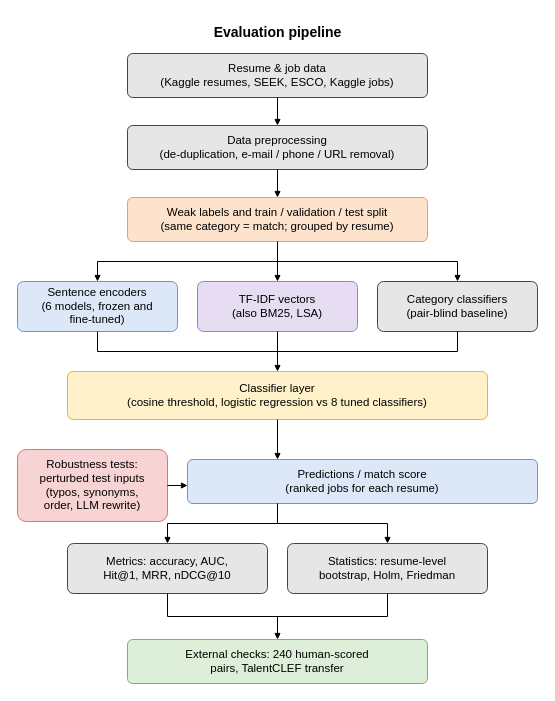
Before: figures/Fig_evaluation_pipeline.drawio in fatimameerab-gif/resume-job-matching-sbert-vs-tfidf, a draw.io diagram. Source tidied: cells renumbered, new cells numbered last; positions are measured from the earlier drawing's top-left corner, leaving out a move shared by most shapes. Both pictures are drawn from the tidied source at 100%, with x=0, y=0 at pixel (17, 17).
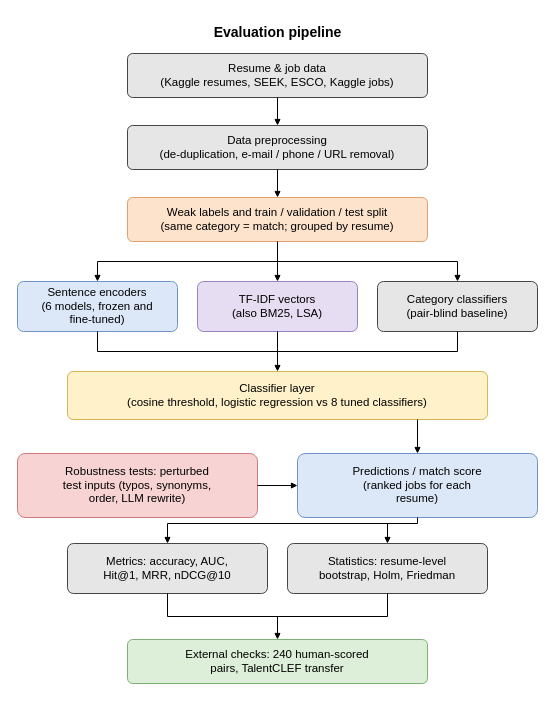
After the change.

Commit message (it also covers changes not shown here):
Update evaluation pipeline figure and gitignore

What changed in the source:
```diff
@@
-    <mxCell id="10" value="Predictions / match score&lt;br&gt;(ranked jobs for each resume)" style="rounded=1;arcSize=12;whiteSpace=wrap;html=1;fillColor=#DCE8F8;strokeColor=#6F93C8;fontSize=11.5;" parent="1" vertex="1">
-      <mxGeometry x="170" y="442" width="350" height="44" as="geometry" />
+    <mxCell id="10" value="Predictions / match score&lt;br&gt;(ranked jobs for each&lt;br&gt;resume)" style="rounded=1;arcSize=12;whiteSpace=wrap;html=1;fillColor=#DCE8F8;strokeColor=#6F93C8;fontSize=11.5;" parent="1" vertex="1">
+      <mxGeometry x="280" y="436" width="240" height="64" as="geometry" />
     </mxCell>
-    <mxCell id="11" value="Robustness tests:&lt;br&gt;perturbed test inputs&lt;br&gt;(typos, synonyms,&lt;br&gt;order, LLM rewrite)" style="rounded=1;arcSize=12;whiteSpace=wrap;html=1;fillColor=#F8D3D3;strokeColor=#D27A7A;fontSize=11.5;" parent="1" vertex="1">
-      <mxGeometry y="432" width="150" height="72" as="geometry" />
+    <mxCell id="11" value="Robustness tests: perturbed&lt;br&gt;test inputs (typos, synonyms,&lt;br&gt;order, LLM rewrite)" style="rounded=1;arcSize=12;whiteSpace=wrap;html=1;fillColor=#F8D3D3;strokeColor=#D27A7A;fontSize=11.5;" parent="1" vertex="1">
+      <mxGeometry y="436" width="240" height="64" as="geometry" />
     </mxCell>
@@
     <mxCell id="27" style="endArrow=block;endFill=1;endSize=4;html=1;strokeColor=#000000;strokeWidth=1;" parent="1" edge="1">
       <mxGeometry relative="1" as="geometry">
-        <mxPoint x="260" y="402" as="sourcePoint" />
-        <mxPoint x="260" y="442" as="targetPoint" />
+        <mxPoint x="400" y="402" as="sourcePoint" />
+        <mxPoint x="400" y="436" as="targetPoint" />
       </mxGeometry>
     </mxCell>
     <mxCell id="28" style="endArrow=block;endFill=1;endSize=4;html=1;strokeColor=#000000;strokeWidth=1;" parent="1" edge="1">
       <mxGeometry relative="1" as="geometry">
-        <mxPoint x="150" y="468" as="sourcePoint" />
-        <mxPoint x="170" y="468" as="targetPoint" />
+        <mxPoint x="240" y="468" as="sourcePoint" />
+        <mxPoint x="280" y="468" as="targetPoint" />
       </mxGeometry>
     </mxCell>
     <mxCell id="29" style="endArrow=none;endFill=1;endSize=4;html=1;strokeColor=#000000;strokeWidth=1;" parent="1" edge="1">
       <mxGeometry relative="1" as="geometry">
-        <mxPoint x="260" y="486" as="sourcePoint" />
-        <mxPoint x="260" y="506" as="targetPoint" />
+        <mxPoint x="400" y="500" as="sourcePoint" />
+        <mxPoint x="400" y="506" as="targetPoint" />
       </mxGeometry>
     </mxCell>
     <mxCell id="30" style="endArrow=none;endFill=1;endSize=4;html=1;strokeColor=#000000;strokeWidth=1;" parent="1" edge="1">
       <mxGeometry relative="1" as="geometry">
         <mxPoint x="150" y="506" as="sourcePoint" />
-        <mxPoint x="370" y="506" as="targetPoint" />
+        <mxPoint x="400" y="506" as="targetPoint" />
       </mxGeometry>
     </mxCell>
```
